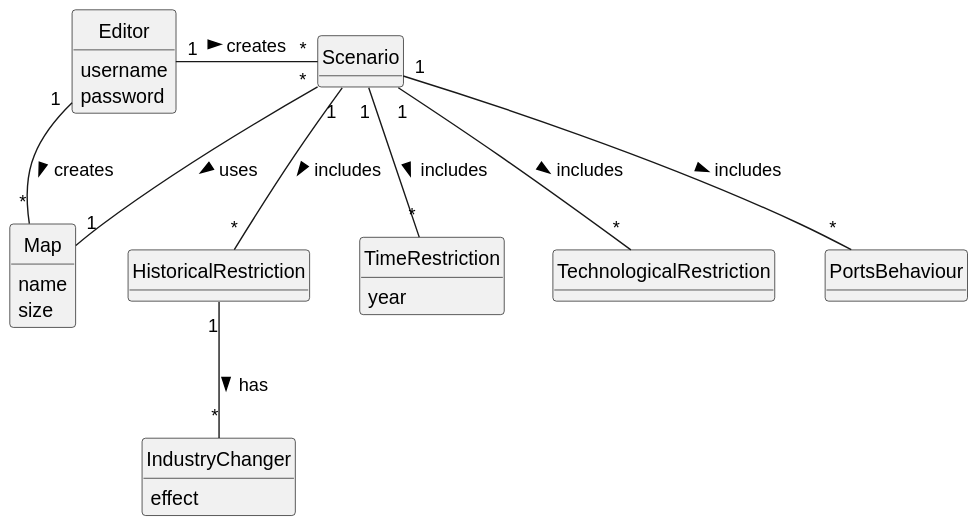
Earlier version of the PlantUML export Sprint2/US004/02.analysis/svg/US004-DM.svg (1240935/pi2-railway-simulator).
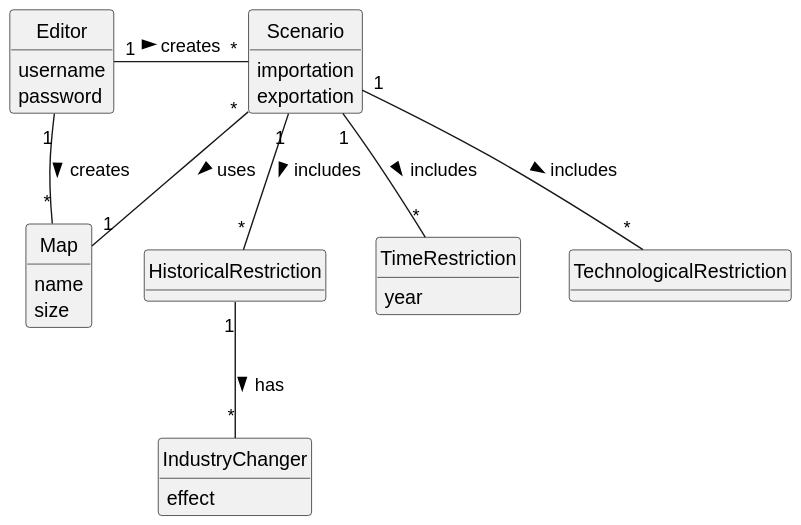
The same diagram one commit later.

Diff of the diagram source:
```diff
@@ -13,6 +13,8 @@
 }
 
 class Scenario {
+    importation
+    exportation
 }
 
 class Editor {
@@ -30,9 +32,6 @@
 class TechnologicalRestriction{
 }
 
-class PortsBehaviour{
-}
-
 class IndustryChanger{
     effect
 }
@@ -43,6 +42,5 @@
 Scenario "1" -- "*" HistoricalRestriction: includes >
 Scenario "1" -- "*" TechnologicalRestriction: includes >
 Scenario "1" -- "*" TimeRestriction: includes >
-Scenario "1" -- "*" PortsBehaviour: includes >
 HistoricalRestriction "1" -- "*" IndustryChanger: has >
 @enduml
```
